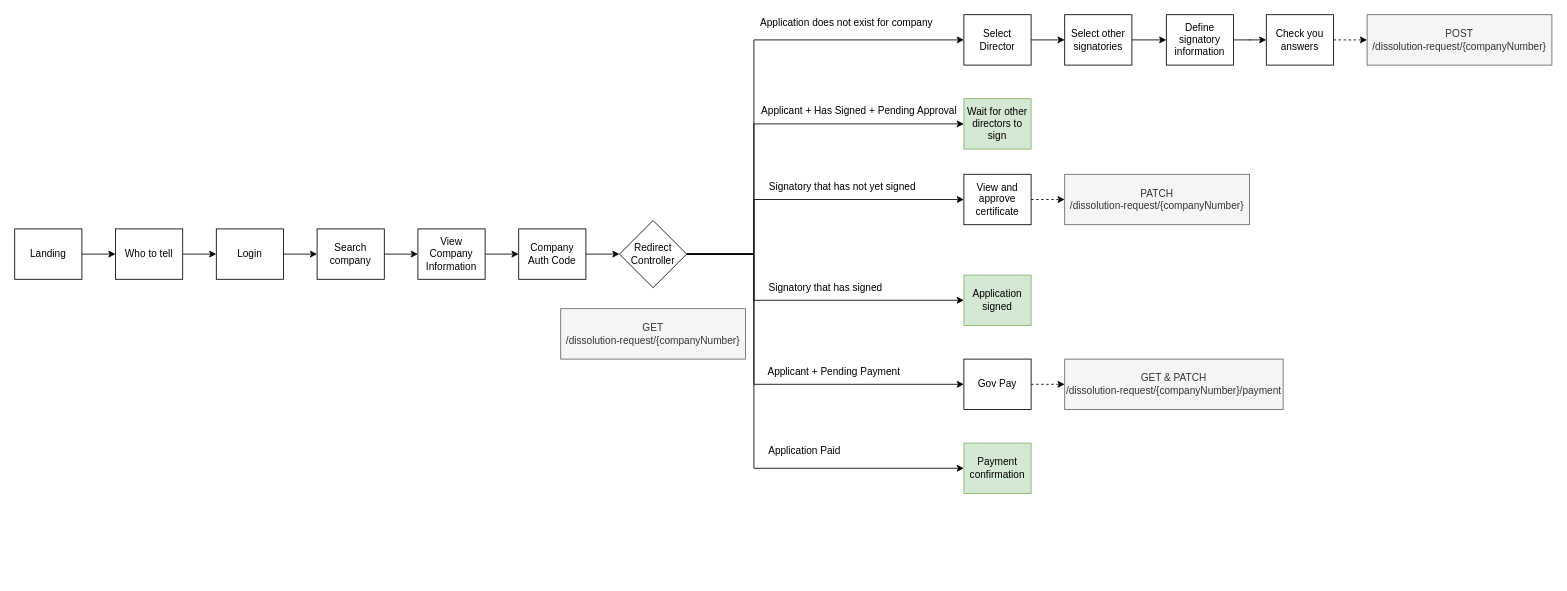
Earlier version of the draw.io diagram .github/images/DissolutionControllerFlow.drawio (companieshouse/dissolution-web). Source tidied: cells renumbered, new cells numbered last; positions are measured from the earlier drawing's top-left corner, leaving out a move shared by most shapes. Both pictures are drawn from the tidied source at 84%, with x=0, y=0 at pixel (14, 14).
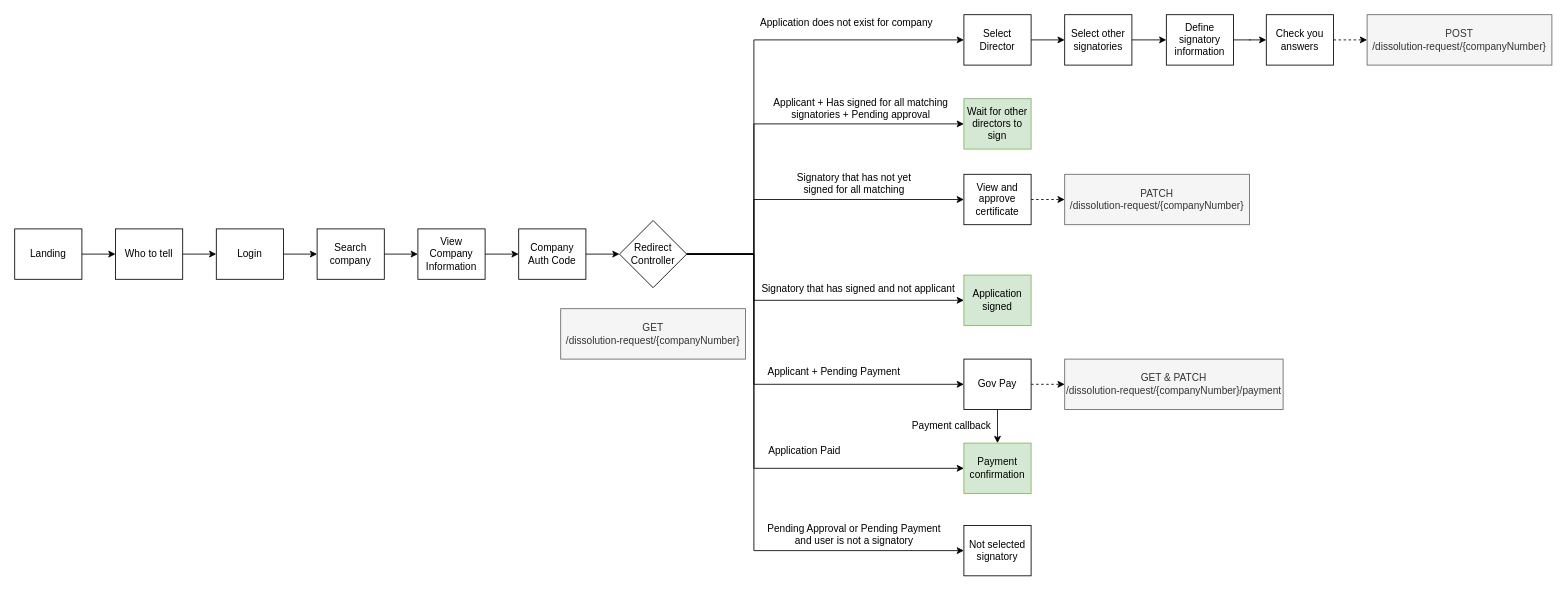
Above is the later version.

Commit message (it also covers changes not shown here):
Updated controller flow diagram to include not selected signatory, non unique emails and payment callback

Unchanged cells that the change refers to:
```xml
<mxCell id="20" value="Redirect Controller" style="rhombus;whiteSpace=wrap;html=1;" parent="1" vertex="1">
  <mxGeometry x="720" y="245" width="80" height="80" as="geometry" />
</mxCell>
<mxCell id="34" value="Gov Pay" style="rounded=0;whiteSpace=wrap;html=1;" parent="1" vertex="1">
  <mxGeometry x="1130" y="410" width="80" height="60" as="geometry" />
</mxCell>
<mxCell id="35" value="Payment confirmation" style="rounded=0;whiteSpace=wrap;html=1;fillColor=#d5e8d4;strokeColor=#82b366;" parent="1" vertex="1">
  <mxGeometry x="1130" y="510" width="80" height="60" as="geometry" />
</mxCell>
```

The edit, as a diff of the source:
```diff
@@
+    <mxCell id="46" style="edgeStyle=orthogonalEdgeStyle;rounded=0;jettySize=auto;html=1;exitX=1;exitY=0.5;exitDx=0;exitDy=0;entryX=0;entryY=0.5;entryDx=0;entryDy=0;" parent="1" edge="1" source="20" target="49">
+      <mxGeometry relative="1" as="geometry">
+        <Array as="points">
+          <mxPoint x="880" y="285" />
+          <mxPoint x="880" y="638" />
+        </Array>
+      </mxGeometry>
+    </mxCell>
@@
+    <mxCell id="47" style="edgeStyle=orthogonalEdgeStyle;rounded=0;jettySize=auto;html=1;exitX=0.5;exitY=1;exitDx=0;exitDy=0;entryX=0.5;entryY=0;entryDx=0;entryDy=0;" parent="1" edge="1" source="34" target="35">
+      <mxGeometry relative="1" as="geometry" />
+    </mxCell>
@@
-    <mxCell id="37" value="Applicant + Has Signed + Pending Approval" style="text;html=1;align=center;verticalAlign=middle;" parent="1" vertex="1">
-      <mxGeometry x="880" y="105" width="250" height="20" as="geometry" />
+    <mxCell id="37" value="Applicant + Has signed for all matching &lt;br&gt;signatories + Pending approval" style="text;html=1;align=center;verticalAlign=middle;" parent="1" vertex="1">
+      <mxGeometry x="898" y="96" width="218" height="32" as="geometry" />
     </mxCell>
-    <mxCell id="38" value="Signatory that has not yet signed" style="text;html=1;align=center;verticalAlign=middle;" parent="1" vertex="1">
-      <mxGeometry x="890" y="195" width="190" height="20" as="geometry" />
+    <mxCell id="38" value="Signatory that has not yet&lt;br&gt;signed for all matching" style="text;html=1;align=center;verticalAlign=middle;" parent="1" vertex="1">
+      <mxGeometry x="926" y="185" width="146" height="32" as="geometry" />
     </mxCell>
-    <mxCell id="39" value="Signatory that has signed" style="text;html=1;align=center;verticalAlign=middle;" parent="1" vertex="1">
-      <mxGeometry x="890" y="315" width="150" height="20" as="geometry" />
+    <mxCell id="39" value="Signatory that has signed and not applicant" style="text;html=1;align=center;verticalAlign=middle;" parent="1" vertex="1">
+      <mxGeometry x="884" y="318" width="240" height="18" as="geometry" />
     </mxCell>
@@
+    <mxCell id="48" value="Payment callback" style="text;html=1;align=center;verticalAlign=middle;" parent="1" vertex="1">
+      <mxGeometry x="1063" y="481" width="104" height="18" as="geometry" />
+    </mxCell>
+    <mxCell id="49" value="Not selected signatory" style="rounded=0;whiteSpace=wrap;html=1;" parent="1" vertex="1">
+      <mxGeometry x="1130" y="608" width="80" height="60" as="geometry" />
+    </mxCell>
+    <mxCell id="50" value="Pending Approval or Pending Payment&lt;br&gt;and user is not a signatory" style="text;html=1;align=center;verticalAlign=middle;" parent="1" vertex="1">
+      <mxGeometry x="891" y="603" width="216" height="32" as="geometry" />
+    </mxCell>
```
